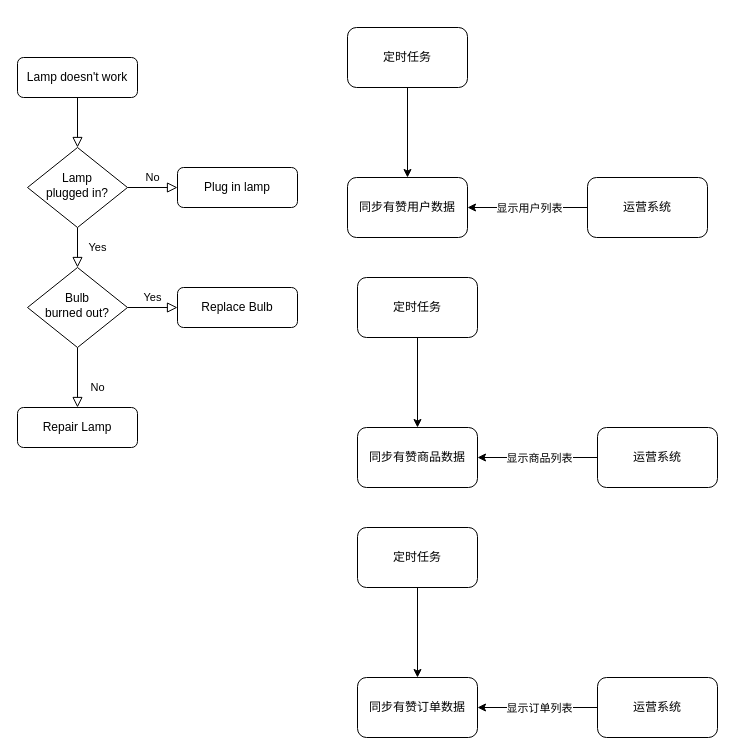
Before: diagrams/公司.drawio in dengyulong/PublicStore, a draw.io diagram. Source tidied: cells renumbered, new cells numbered last; positions are measured from the earlier drawing's top-left corner, leaving out a move shared by most shapes. Both pictures are drawn from the tidied source at 100%, with x=0, y=0 at pixel (17, 27).
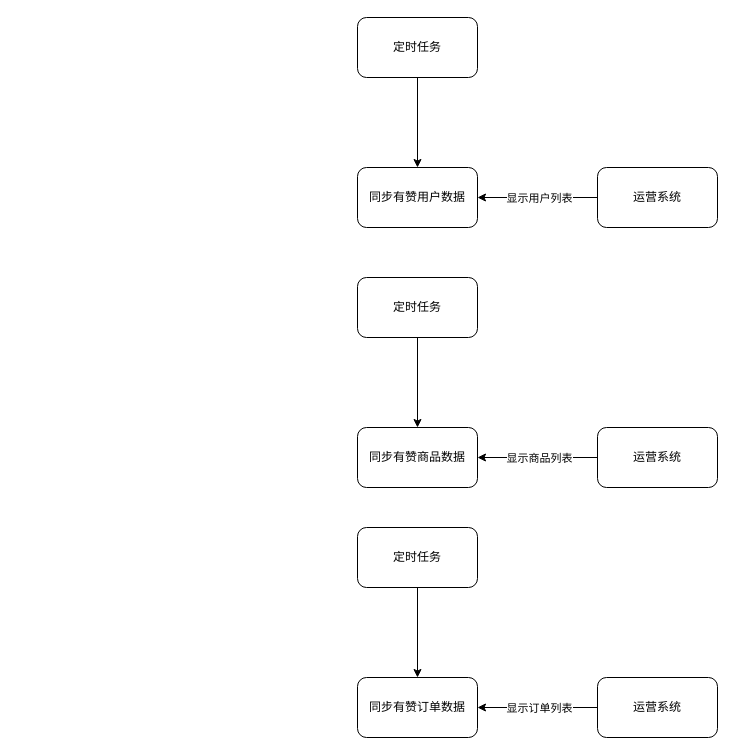
The same diagram, later.

Change to the diagram source:
```diff
@@
-    <mxCell id="2" style="rounded=0;html=1;jettySize=auto;fontSize=11;endArrow=block;endFill=0;endSize=8;strokeWidth=1;shadow=0;labelBackgroundColor=none;edgeStyle=orthogonalEdgeStyle;" parent="1" edge="1" source="3" target="6">
-      <mxGeometry relative="1" as="geometry" />
-    </mxCell>
-    <mxCell id="3" value="Lamp doesn't work" style="rounded=1;whiteSpace=wrap;html=1;fontSize=12;glass=0;strokeWidth=1;shadow=0;" parent="1" vertex="1">
-      <mxGeometry y="30" width="120" height="40" as="geometry" />
-    </mxCell>
-    <mxCell id="4" value="Yes" style="rounded=0;html=1;jettySize=auto;fontSize=11;endArrow=block;endFill=0;endSize=8;strokeWidth=1;shadow=0;labelBackgroundColor=none;edgeStyle=orthogonalEdgeStyle;" parent="1" edge="1" source="6" target="10">
-      <mxGeometry y="20" relative="1" as="geometry" />
-    </mxCell>
-    <mxCell id="5" value="No" style="edgeStyle=orthogonalEdgeStyle;rounded=0;html=1;jettySize=auto;fontSize=11;endArrow=block;endFill=0;endSize=8;strokeWidth=1;shadow=0;labelBackgroundColor=none;" parent="1" edge="1" source="6" target="7">
-      <mxGeometry y="10" relative="1" as="geometry" />
-    </mxCell>
-    <mxCell id="6" value="Lamp&lt;br&gt;plugged in?" style="rhombus;whiteSpace=wrap;html=1;shadow=0;fontFamily=Helvetica;fontSize=12;align=center;strokeWidth=1;spacing=6;spacingTop=-4;" parent="1" vertex="1">
-      <mxGeometry x="10" y="120" width="100" height="80" as="geometry" />
-    </mxCell>
-    <mxCell id="7" value="Plug in lamp" style="rounded=1;whiteSpace=wrap;html=1;fontSize=12;glass=0;strokeWidth=1;shadow=0;" parent="1" vertex="1">
-      <mxGeometry x="160" y="140" width="120" height="40" as="geometry" />
-    </mxCell>
-    <mxCell id="8" value="No" style="rounded=0;html=1;jettySize=auto;fontSize=11;endArrow=block;endFill=0;endSize=8;strokeWidth=1;shadow=0;labelBackgroundColor=none;edgeStyle=orthogonalEdgeStyle;" parent="1" edge="1" source="10" target="11">
-      <mxGeometry x="0.33" y="20" relative="1" as="geometry" />
-    </mxCell>
-    <mxCell id="9" value="Yes" style="edgeStyle=orthogonalEdgeStyle;rounded=0;html=1;jettySize=auto;fontSize=11;endArrow=block;endFill=0;endSize=8;strokeWidth=1;shadow=0;labelBackgroundColor=none;" parent="1" edge="1" source="10" target="12">
-      <mxGeometry y="10" relative="1" as="geometry" />
-    </mxCell>
-    <mxCell id="10" value="Bulb&lt;br&gt;burned out?" style="rhombus;whiteSpace=wrap;html=1;shadow=0;fontFamily=Helvetica;fontSize=12;align=center;strokeWidth=1;spacing=6;spacingTop=-4;" parent="1" vertex="1">
-      <mxGeometry x="10" y="240" width="100" height="80" as="geometry" />
-    </mxCell>
-    <mxCell id="11" value="Repair Lamp" style="rounded=1;whiteSpace=wrap;html=1;fontSize=12;glass=0;strokeWidth=1;shadow=0;" parent="1" vertex="1">
-      <mxGeometry y="380" width="120" height="40" as="geometry" />
-    </mxCell>
-    <mxCell id="12" value="Replace Bulb" style="rounded=1;whiteSpace=wrap;html=1;fontSize=12;glass=0;strokeWidth=1;shadow=0;" parent="1" vertex="1">
-      <mxGeometry x="160" y="260" width="120" height="40" as="geometry" />
-    </mxCell>
@@
     <mxCell id="14" value="定时任务" style="rounded=1;whiteSpace=wrap;html=1;" parent="1" vertex="1">
-      <mxGeometry x="330" width="120" height="60" as="geometry" />
+      <mxGeometry x="340" y="-10" width="120" height="60" as="geometry" />
     </mxCell>
     <mxCell id="15" value="同步有赞用户数据" style="rounded=1;whiteSpace=wrap;html=1;" parent="1" vertex="1">
-      <mxGeometry x="330" y="150" width="120" height="60" as="geometry" />
+      <mxGeometry x="340" y="140" width="120" height="60" as="geometry" />
     </mxCell>
@@
     <mxCell id="18" value="运营系统" style="rounded=1;whiteSpace=wrap;html=1;" parent="1" vertex="1">
-      <mxGeometry x="570" y="150" width="120" height="60" as="geometry" />
+      <mxGeometry x="580" y="140" width="120" height="60" as="geometry" />
     </mxCell>
```
